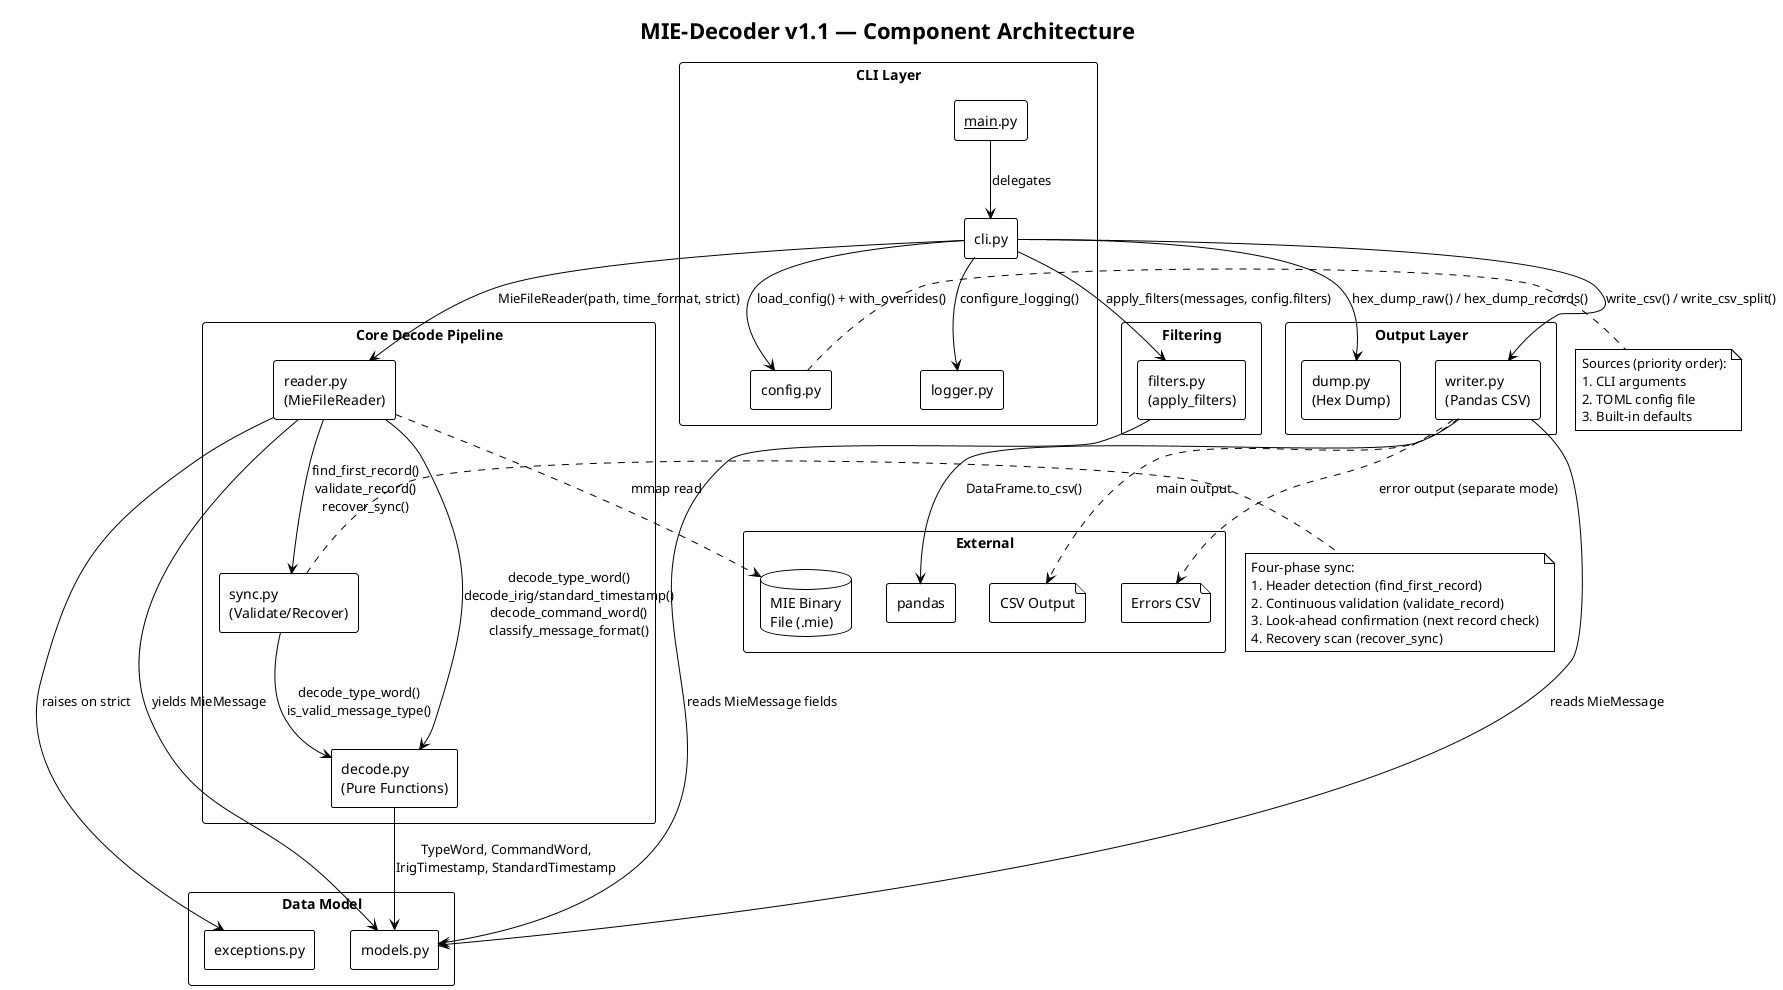
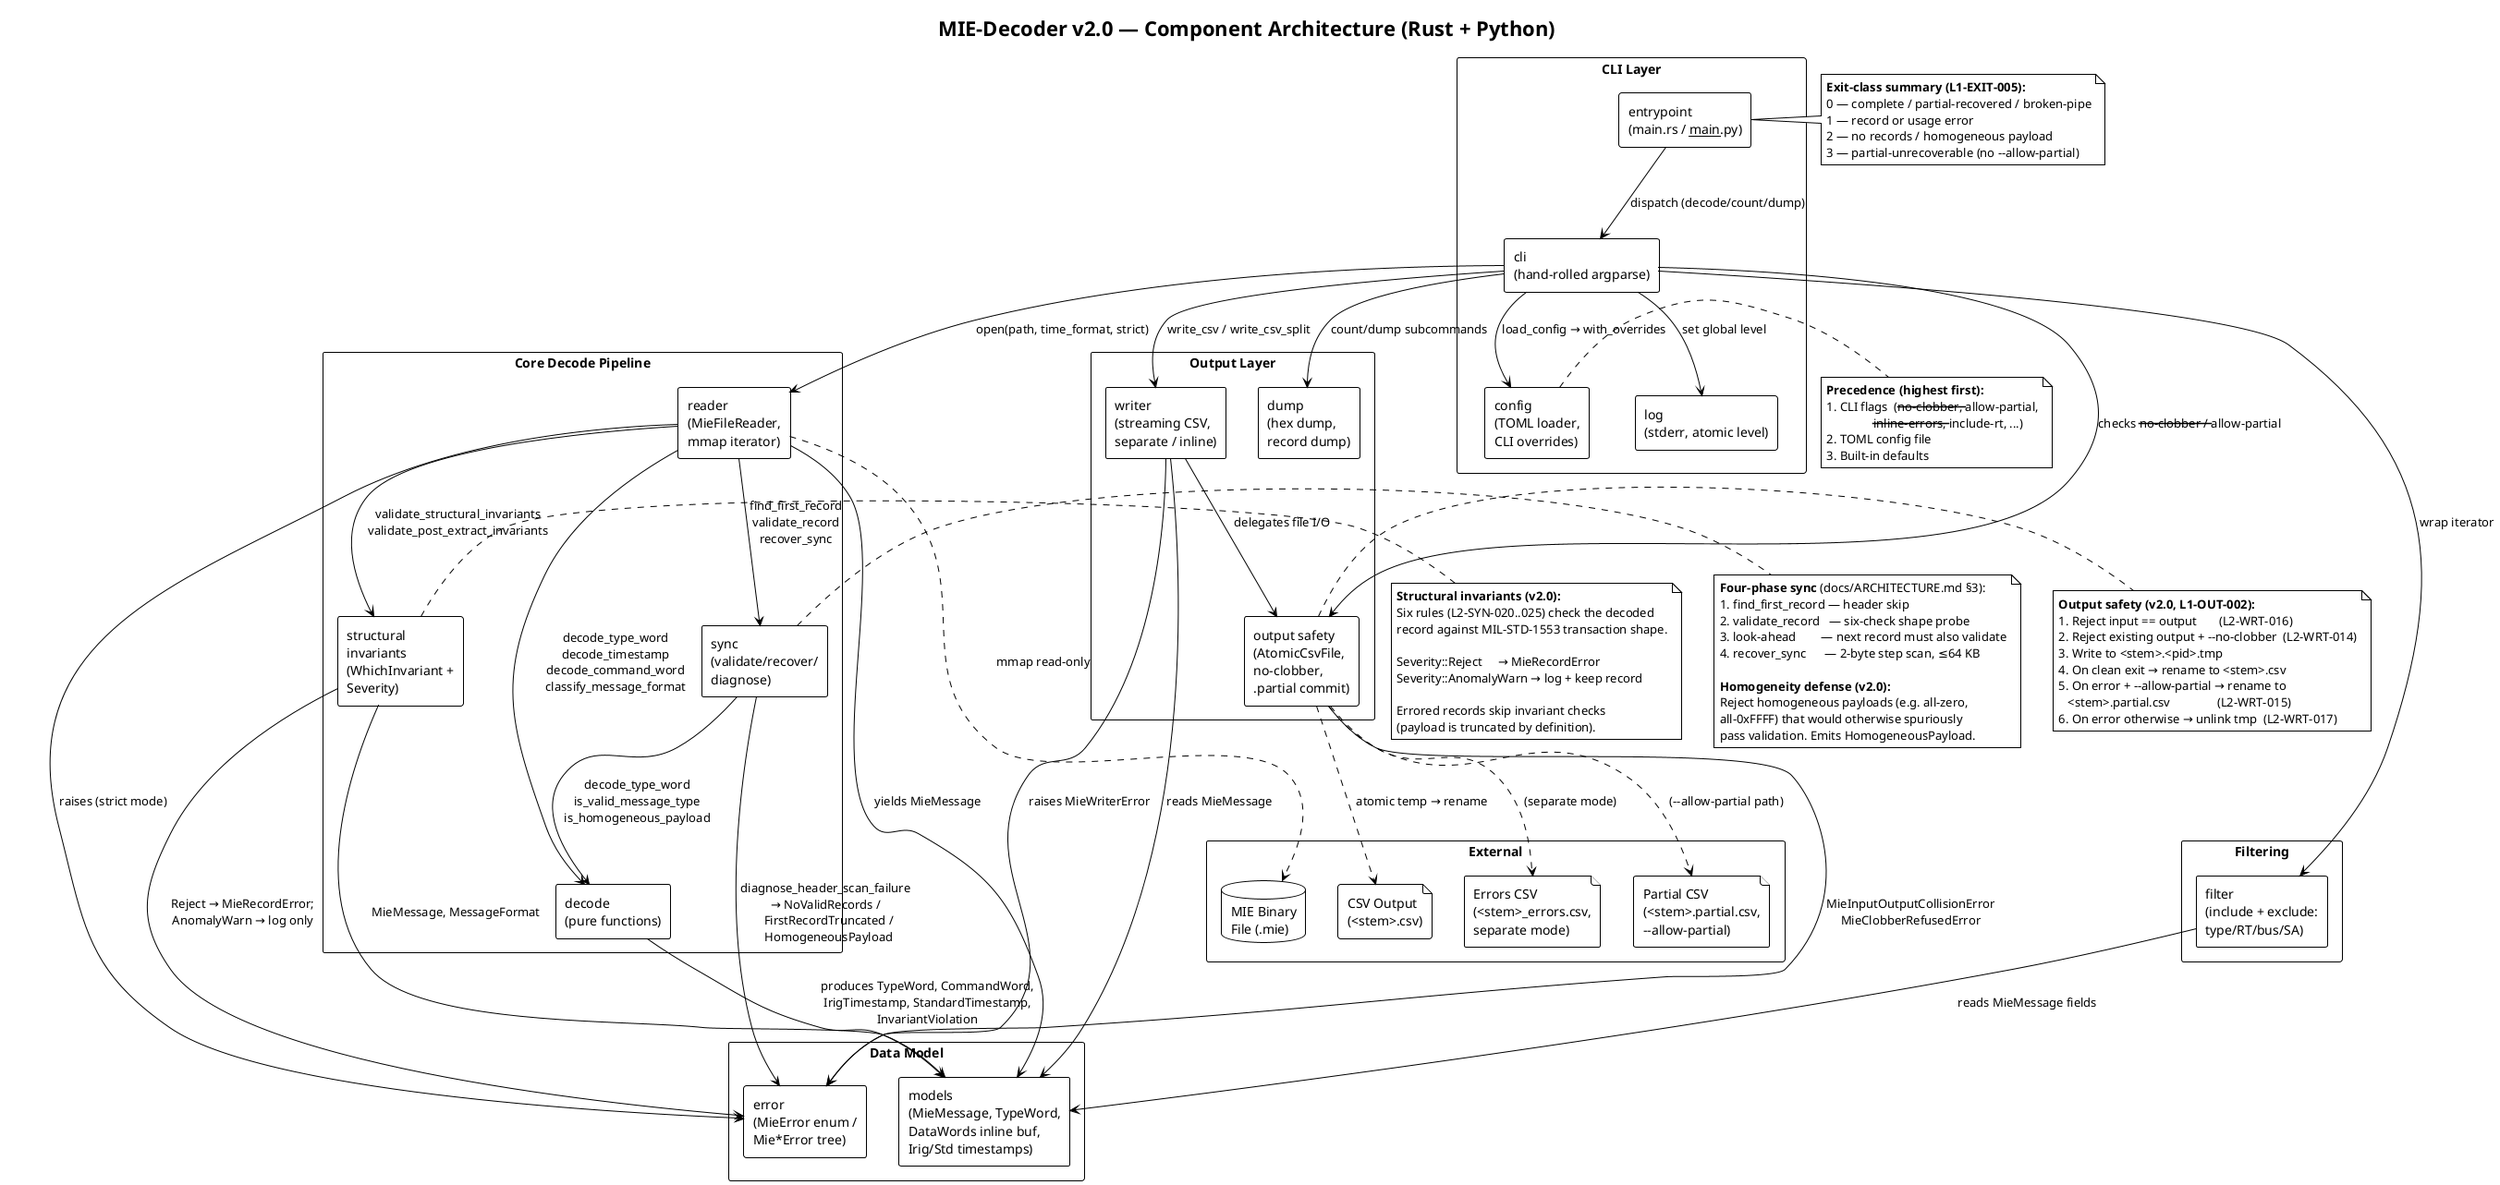
@startuml MIE-Decoder Component Diagram
!theme plain
skinparam componentStyle rectangle
skinparam packageStyle rectangle
- title MIE-Decoder v1.1 — Component Architecture
+ title MIE-Decoder v2.0 — Component Architecture (Rust + Python)
+ 
+ ' ============================================================================
+ '  Two implementations, one architecture
+ ' ============================================================================
+ ' Every component named below exists in BOTH the Rust crate (src/*.rs) and
+ ' the Python package (python/src/mie_decoder/*.py). The conformance suite
+ ' under tests/conformance/ holds them to byte-exact equivalence on CSV
+ ' output. See docs/ARCHITECTURE.md §1 for the full module correspondence.
+ ' ============================================================================

package "CLI Layer" {
-     [__main__.py] as main
-     [cli.py] as cli
-     [logger.py] as logmod
-     [config.py] as config
+     [entrypoint\n(main.rs / __main__.py)] as main
+     [cli\n(hand-rolled argparse)] as cli
+     [log\n(stderr, atomic level)] as logmod
+     [config\n(TOML loader,\nCLI overrides)] as config
}

package "Core Decode Pipeline" {
-     [reader.py\n(MieFileReader)] as reader
-     [decode.py\n(Pure Functions)] as decode
-     [sync.py\n(Validate/Recover)] as sync
+     [reader\n(MieFileReader,\nmmap iterator)] as reader
+     [decode\n(pure functions)] as decode
+     [sync\n(validate/recover/\ndiagnose)] as sync
+     [structural\ninvariants\n(WhichInvariant +\nSeverity)] as invariants
}

package "Filtering" {
-     [filters.py\n(apply_filters)] as filters
+     [filter\n(include + exclude:\ntype/RT/bus/SA)] as filters
}

package "Data Model" {
-     [models.py] as models
-     [exceptions.py] as exceptions
+     [models\n(MieMessage, TypeWord,\nDataWords inline buf,\nIrig/Std timestamps)] as models
+     [error\n(MieError enum /\nMie*Error tree)] as errors
}

package "Output Layer" {
-     [writer.py\n(Pandas CSV)] as writer
-     [dump.py\n(Hex Dump)] as dump
+     [writer\n(streaming CSV,\nseparate / inline)] as writer
+     [output safety\n(AtomicCsvFile,\nno-clobber,\n.partial commit)] as outsafe
+     [dump\n(hex dump,\nrecord dump)] as dump
}

package "External" {
-     database "MIE Binary\nFile (.mie)" as mie_file
-     file "CSV Output" as csv_file
-     file "Errors CSV" as err_file
-     component "pandas" as pandas
+     database "MIE Binary\nFile (.mie)"          as mie_file
+     file     "CSV Output\n(<stem>.csv)"         as csv_file
+     file     "Errors CSV\n(<stem>_errors.csv,\nseparate mode)" as err_file
+     file     "Partial CSV\n(<stem>.partial.csv,\n--allow-partial)" as partial_file
}

- main --> cli : delegates
- cli --> logmod : configure_logging()
- cli --> config : load_config() + with_overrides()
- cli --> reader : MieFileReader(path, time_format, strict)
- cli --> filters : apply_filters(messages, config.filters)
- cli --> writer : write_csv() / write_csv_split()
- cli --> dump : hex_dump_raw() / hex_dump_records()
+ ' ============================================================================
+ '  CLI wiring
+ ' ============================================================================
+ main      --> cli            : dispatch (decode/count/dump)
+ cli       --> logmod         : set global level
+ cli       --> config         : load_config → with_overrides
+ cli       --> reader         : open(path, time_format, strict)
+ cli       --> filters        : wrap iterator
+ cli       --> writer         : write_csv / write_csv_split
+ cli       --> dump           : count/dump subcommands
+ cli       --> outsafe        : checks --no-clobber / --allow-partial

- reader --> sync : find_first_record()\nvalidate_record()\nrecover_sync()
- reader --> decode : decode_type_word()\ndecode_irig/standard_timestamp()\ndecode_command_word()\nclassify_message_format()
- reader --> models : yields MieMessage
- reader --> exceptions : raises on strict
+ ' ============================================================================
+ '  Decode pipeline wiring
+ ' ============================================================================
+ reader    --> sync           : find_first_record\nvalidate_record\nrecover_sync
+ reader    --> decode         : decode_type_word\ndecode_timestamp\ndecode_command_word\nclassify_message_format
+ reader    --> invariants     : validate_structural_invariants\nvalidate_post_extract_invariants
+ reader    --> models         : yields MieMessage
+ reader    --> errors         : raises (strict mode)

- sync --> decode : decode_type_word()\nis_valid_message_type()
- decode --> models : TypeWord, CommandWord,\nIrigTimestamp, StandardTimestamp
+ sync      --> decode         : decode_type_word\nis_valid_message_type\nis_homogeneous_payload
+ sync      --> errors         : diagnose_header_scan_failure\n→ NoValidRecords /\n  FirstRecordTruncated /\n  HomogeneousPayload

- filters --> models : reads MieMessage fields
- writer --> models : reads MieMessage
- writer --> pandas : DataFrame.to_csv()
- writer ..> csv_file : main output
- writer ..> err_file : error output (separate mode)
- reader ..> mie_file : mmap read
+ decode    --> models         : produces TypeWord, CommandWord,\nIrigTimestamp, StandardTimestamp,\nInvariantViolation

+ invariants --> models        : MieMessage, MessageFormat
+ invariants --> errors        : Reject → MieRecordError;\nAnomalyWarn → log only
+ 
+ filters   --> models         : reads MieMessage fields
+ 
+ ' ============================================================================
+ '  Writer / output safety wiring
+ ' ============================================================================
+ writer    --> models         : reads MieMessage
+ writer    --> outsafe        : delegates file I/O
+ writer    --> errors         : raises MieWriterError
+ outsafe   --> errors         : MieInputOutputCollisionError\nMieClobberRefusedError
+ 
+ ' ============================================================================
+ '  External file edges
+ ' ============================================================================
+ reader    ..> mie_file       : mmap read-only
+ outsafe   ..> csv_file       : atomic temp → rename
+ outsafe   ..> err_file       : (separate mode)
+ outsafe   ..> partial_file   : (--allow-partial path)
+ 
+ ' ============================================================================
+ '  Notes
+ ' ============================================================================
note right of sync
-   Four-phase sync:
-   1. Header detection (find_first_record)
-   2. Continuous validation (validate_record)
-   3. Look-ahead confirmation (next record check)
-   4. Recovery scan (recover_sync)
+   <b>Four-phase sync</b> (docs/ARCHITECTURE.md §3):
+   1. find_first_record — header skip
+   2. validate_record   — six-check shape probe
+   3. look-ahead        — next record must also validate
+   4. recover_sync      — 2-byte step scan, ≤64 KB
+ 
+   <b>Homogeneity defense (v2.0):</b>
+   Reject homogeneous payloads (e.g. all-zero,
+   all-0xFFFF) that would otherwise spuriously
+   pass validation. Emits HomogeneousPayload.
+ end note
+ 
+ note right of invariants
+   <b>Structural invariants (v2.0):</b>
+   Six rules (L2-SYN-020..025) check the decoded
+   record against MIL-STD-1553 transaction shape.
+ 
+   Severity::Reject     → MieRecordError
+   Severity::AnomalyWarn → log + keep record
+ 
+   Errored records skip invariant checks
+   (payload is truncated by definition).
+ end note
+ 
+ note right of outsafe
+   <b>Output safety (v2.0, L1-OUT-002):</b>
+   1. Reject input == output       (L2-WRT-016)
+   2. Reject existing output + --no-clobber  (L2-WRT-014)
+   3. Write to <stem>.<pid>.tmp
+   4. On clean exit → rename to <stem>.csv
+   5. On error + --allow-partial → rename to
+      <stem>.partial.csv               (L2-WRT-015)
+   6. On error otherwise → unlink tmp  (L2-WRT-017)
end note

note right of config
-   Sources (priority order):
-   1. CLI arguments
+   <b>Precedence (highest first):</b>
+   1. CLI flags  (--no-clobber, --allow-partial,
+                  --inline-errors, --include-rt, ...)
  2. TOML config file
  3. Built-in defaults
end note
+ 
+ note left of main
+   <b>Exit-class summary (L1-EXIT-005):</b>
+   0 — complete / partial-recovered / broken-pipe
+   1 — record or usage error
+   2 — no records / homogeneous payload
+   3 — partial-unrecoverable (no --allow-partial)
+ end note
+ 
@enduml
